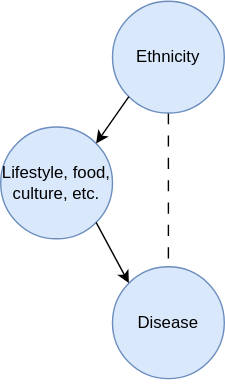
Earlier version of the draw.io export docs/source/model_design/general_reference_material/bliss/race_ethnicity/ethnicity_a_v1.svg (ihmeuw/vivarium_research). Source tidied: cells renumbered, new cells last; positions are measured from the earlier drawing's top-left corner, leaving out a move shared by most shapes.
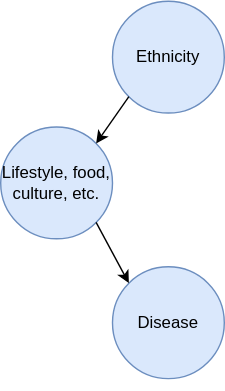
After the change.

What changed in the source:
```diff
@@ -2,9 +2,6 @@
   <root>
     <mxCell id="0" />
     <mxCell id="1" parent="0" />
-    <mxCell id="2" style="edgeStyle=orthogonalEdgeStyle;rounded=0;jettySize=auto;html=1;exitX=0.5;exitY=1;exitDx=0;exitDy=0;entryX=0.5;entryY=0;entryDx=0;entryDy=0;endArrow=none;endFill=0;dashed=1;dashPattern=8 8;" parent="1" edge="1" source="3" target="5">
-      <mxGeometry relative="1" as="geometry" />
-    </mxCell>
     <mxCell id="3" value="Ethnicity" style="ellipse;whiteSpace=wrap;html=1;fillColor=#dae8fc;strokeColor=#6c8ebf;" parent="1" vertex="1">
       <mxGeometry x="80" width="80" height="80" as="geometry" />
     </mxCell>
```
